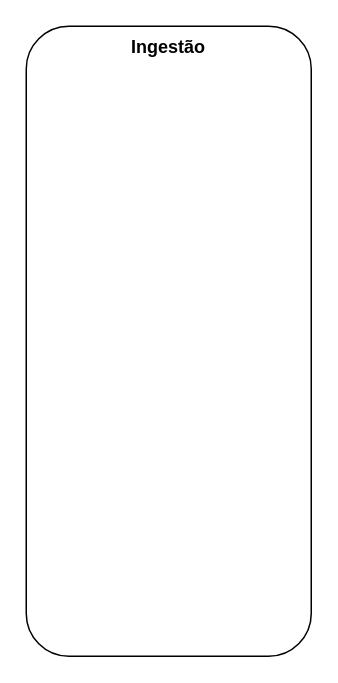
Above: Projeto 01.drawio in stevanlopes372/creditech-data-platform (draw.io), before the change. Source tidied: cells renumbered, new cells numbered last; positions are measured from the earlier drawing's top-left corner, leaving out a move shared by most shapes. Both pictures are drawn from the tidied source at 150%, with x=0, y=0 at pixel (26, 26). Pictures stored in the file or linked from it are replaced by grey dashed boxes.
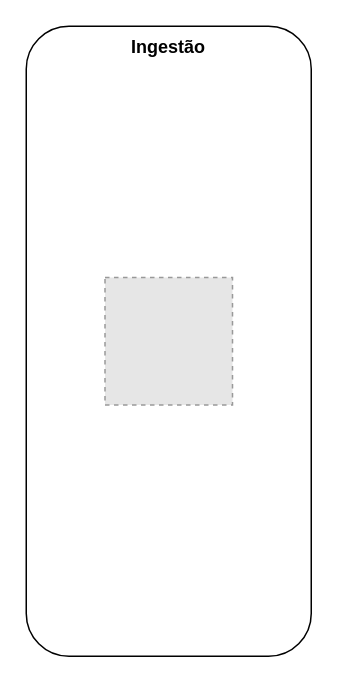
After the change.

The edit, as a diff of the source:
```diff
@@
 <mxGraphModel>
   <root>
     <mxCell id="0" />
     <mxCell id="1" parent="0" />
     <mxCell id="2" value="Ingestão" style="rounded=1;whiteSpace=wrap;html=1;align=center;verticalAlign=top;fontStyle=1;" parent="1" vertex="1">
       <mxGeometry width="190" height="420" as="geometry" />
     </mxCell>
+    <mxCell id="3" style="fillColor=#E6E6E6;strokeColor=#999999;dashed=1;verticalLabelPosition=bottom;verticalAlign=top;" parent="1" vertex="1">
+      <mxGeometry x="52.5" y="167.5" width="85" height="85" as="geometry" />
+    </mxCell>
   </root>
 </mxGraphModel>
```
